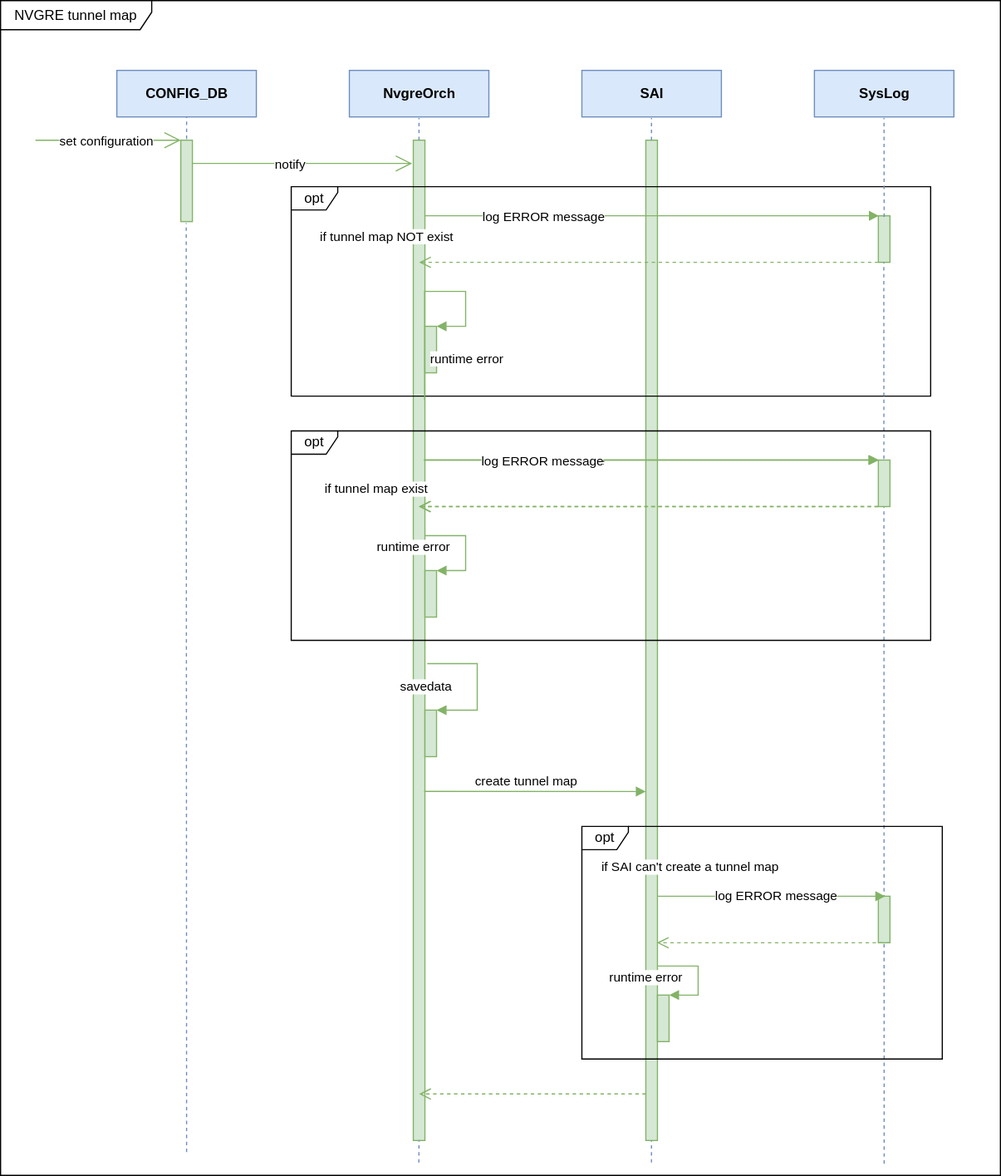
Before: doc/nvgre_tunnel/images/nvgre_tunnel_map_create_uml.svg, a diagram exported from draw.io (sonic-net/SONiC). Source tidied: cells renumbered, new cells last; positions are measured from the earlier drawing's top-left corner, leaving out a move shared by most shapes. Source of this version:
```xml
<mxGraphModel>
  <root>
    <mxCell id="0" />
    <mxCell id="1" parent="0" />
    <mxCell id="2" value="&lt;b&gt;CONFIG_DB&lt;/b&gt;" style="html=1;fillColor=#dae8fc;strokeColor=#6c8ebf;" parent="1" vertex="1">
      <mxGeometry x="100" y="60" width="120" height="40" as="geometry" />
    </mxCell>
    <mxCell id="3" value="&lt;b&gt;NvgreOrch&lt;/b&gt;" style="html=1;fillColor=#dae8fc;strokeColor=#6c8ebf;" parent="1" vertex="1">
      <mxGeometry x="300" y="60" width="120" height="40" as="geometry" />
    </mxCell>
    <mxCell id="4" value="&lt;b&gt;SAI&lt;/b&gt;" style="html=1;fillColor=#dae8fc;strokeColor=#6c8ebf;" parent="1" vertex="1">
      <mxGeometry x="500" y="60" width="120" height="40" as="geometry" />
    </mxCell>
    <mxCell id="5" style="html=1;points=[];perimeter=orthogonalPerimeter;fillColor=#d5e8d4;strokeColor=#82b366;" parent="1" vertex="1">
      <mxGeometry x="155" y="120" width="10" height="70" as="geometry" />
    </mxCell>
    <mxCell id="6" style="endArrow=open;endFill=1;endSize=12;html=1;fillColor=#d5e8d4;strokeColor=#82b366;" parent="1" edge="1">
      <mxGeometry relative="1" as="geometry">
        <mxPoint x="30" y="120" as="sourcePoint" />
        <mxPoint x="155" y="120" as="targetPoint" />
      </mxGeometry>
    </mxCell>
    <mxCell id="7" value="set configuration" style="edgeLabel;html=1;align=center;verticalAlign=middle;" parent="6" vertex="1">
      <mxGeometry x="-0.28" y="3" relative="1" as="geometry">
        <mxPoint x="15" y="3" as="offset" />
      </mxGeometry>
    </mxCell>
    <mxCell id="8" style="html=1;points=[];perimeter=orthogonalPerimeter;fillColor=#d5e8d4;strokeColor=#82b366;" parent="1" vertex="1">
      <mxGeometry x="355" y="120" width="10" height="860" as="geometry" />
    </mxCell>
    <mxCell id="9" style="endArrow=open;endFill=1;endSize=12;html=1;fillColor=#d5e8d4;strokeColor=#82b366;" parent="1" edge="1">
      <mxGeometry relative="1" as="geometry">
        <mxPoint x="165" y="140" as="sourcePoint" />
        <mxPoint x="354" y="140" as="targetPoint" />
      </mxGeometry>
    </mxCell>
    <mxCell id="10" value="notify" style="edgeLabel;html=1;align=center;verticalAlign=middle;" parent="9" vertex="1">
      <mxGeometry x="-0.28" y="3" relative="1" as="geometry">
        <mxPoint x="15" y="3" as="offset" />
      </mxGeometry>
    </mxCell>
    <mxCell id="11" style="html=1;perimeter=orthogonalPerimeter;fillColor=#d5e8d4;strokeColor=#82b366;" parent="1" vertex="1">
      <mxGeometry x="555" y="120" width="10" height="860" as="geometry" />
    </mxCell>
    <mxCell id="12" value="opt" style="shape=umlFrame;whiteSpace=wrap;html=1;width=40;height=20;fillColor=#FFFFFF;" parent="1" vertex="1">
      <mxGeometry x="250" y="160" width="550" height="180" as="geometry" />
    </mxCell>
    <mxCell id="13" value="if tunnel map NOT exist" style="edgeLabel;html=1;align=center;verticalAlign=middle;" parent="1" vertex="1">
      <mxGeometry x="330" y="205" as="geometry">
        <mxPoint x="1" y="-2" as="offset" />
      </mxGeometry>
    </mxCell>
    <mxCell id="14" value="&lt;b&gt;SysLog&lt;/b&gt;" style="html=1;fillColor=#dae8fc;strokeColor=#6c8ebf;" parent="1" vertex="1">
      <mxGeometry x="700" y="60" width="120" height="40" as="geometry" />
    </mxCell>
    <mxCell id="15" style="html=1;perimeter=orthogonalPerimeter;fillColor=#d5e8d4;strokeColor=#82b366;" parent="1" vertex="1">
      <mxGeometry x="755" y="185" width="10" height="40" as="geometry" />
    </mxCell>
    <mxCell id="16" value="log ERROR message" style="edgeStyle=orthogonalEdgeStyle;html=1;align=left;spacingLeft=2;endArrow=block;rounded=0;shadow=0;fillColor=#d5e8d4;strokeColor=#82b366;" parent="1" edge="1">
      <mxGeometry x="-0.77" y="-1" relative="1" as="geometry">
        <mxPoint x="364.5" y="185" as="sourcePoint" />
        <mxPoint x="755.5" y="185" as="targetPoint" />
        <Array as="points">
          <mxPoint x="364.5" y="185" />
        </Array>
      </mxGeometry>
    </mxCell>
    <mxCell id="17" style="html=1;verticalAlign=bottom;endArrow=open;dashed=1;endSize=8;shadow=0;fillColor=#d5e8d4;strokeColor=#82b366;" parent="1" edge="1">
      <mxGeometry relative="1" as="geometry">
        <mxPoint x="755" y="225" as="sourcePoint" />
        <mxPoint x="360" y="225" as="targetPoint" />
      </mxGeometry>
    </mxCell>
    <mxCell id="18" style="endArrow=none;dashed=1;html=1;shadow=0;fillColor=#dae8fc;strokeColor=#6c8ebf;" parent="1" edge="1">
      <mxGeometry relative="1" as="geometry">
        <mxPoint x="160" y="119" as="sourcePoint" />
        <mxPoint x="160" y="100" as="targetPoint" />
      </mxGeometry>
    </mxCell>
    <mxCell id="19" style="endArrow=none;dashed=1;html=1;shadow=0;fillColor=#dae8fc;strokeColor=#6c8ebf;" parent="1" edge="1">
      <mxGeometry relative="1" as="geometry">
        <mxPoint x="359.9" y="120" as="sourcePoint" />
        <mxPoint x="359.9" y="101" as="targetPoint" />
      </mxGeometry>
    </mxCell>
    <mxCell id="20" style="endArrow=none;dashed=1;html=1;shadow=0;fillColor=#dae8fc;strokeColor=#6c8ebf;" parent="1" edge="1">
      <mxGeometry relative="1" as="geometry">
        <mxPoint x="559.9" y="120" as="sourcePoint" />
        <mxPoint x="559.9" y="101" as="targetPoint" />
      </mxGeometry>
    </mxCell>
    <mxCell id="21" style="endArrow=none;dashed=1;html=1;shadow=0;fillColor=#dae8fc;strokeColor=#6c8ebf;" parent="1" edge="1">
      <mxGeometry relative="1" as="geometry">
        <mxPoint x="760" y="186" as="sourcePoint" />
        <mxPoint x="759.9" y="101" as="targetPoint" />
      </mxGeometry>
    </mxCell>
    <mxCell id="22" style="endArrow=none;dashed=1;html=1;shadow=0;fillColor=#dae8fc;strokeColor=#6c8ebf;" parent="1" edge="1">
      <mxGeometry relative="1" as="geometry">
        <mxPoint x="760" y="1000" as="sourcePoint" />
        <mxPoint x="759.7" y="225" as="targetPoint" />
      </mxGeometry>
    </mxCell>
    <mxCell id="23" style="endArrow=none;dashed=1;html=1;shadow=0;fillColor=#dae8fc;strokeColor=#6c8ebf;entryX=0.467;entryY=1.018;entryDx=0;entryDy=0;entryPerimeter=0;" parent="1" edge="1" target="5">
      <mxGeometry relative="1" as="geometry">
        <mxPoint x="160" y="990" as="sourcePoint" />
      </mxGeometry>
    </mxCell>
    <mxCell id="24" style="endArrow=none;dashed=1;html=1;shadow=0;fillColor=#dae8fc;strokeColor=#6c8ebf;" parent="1" edge="1">
      <mxGeometry relative="1" as="geometry">
        <mxPoint x="359.8" y="999" as="sourcePoint" />
        <mxPoint x="359.8" y="980" as="targetPoint" />
        <Array as="points">
          <mxPoint x="359.9" y="980" />
        </Array>
      </mxGeometry>
    </mxCell>
    <mxCell id="25" style="endArrow=none;dashed=1;html=1;shadow=0;fillColor=#dae8fc;strokeColor=#6c8ebf;" parent="1" edge="1">
      <mxGeometry relative="1" as="geometry">
        <mxPoint x="559.9" y="999" as="sourcePoint" />
        <mxPoint x="559.9" y="980" as="targetPoint" />
      </mxGeometry>
    </mxCell>
    <mxCell id="26" value="NVGRE tunnel map" style="shape=umlFrame;whiteSpace=wrap;html=1;fillColor=#FFFFFF;width=130;height=25;" parent="1" vertex="1">
      <mxGeometry width="860" height="1010" as="geometry" />
    </mxCell>
    <mxCell id="27" style="html=1;points=[];perimeter=orthogonalPerimeter;fillColor=#d5e8d4;strokeColor=#82b366;" parent="1" vertex="1">
      <mxGeometry x="365" y="280" width="10" height="40" as="geometry" />
    </mxCell>
    <mxCell id="28" value="runtime error" style="edgeStyle=orthogonalEdgeStyle;html=1;align=left;spacingLeft=2;endArrow=block;rounded=0;entryX=1;entryY=0;exitX=0.981;exitY=0.26;exitDx=0;exitDy=0;exitPerimeter=0;fillColor=#d5e8d4;strokeColor=#82b366;" parent="1" edge="1" source="8" target="27">
      <mxGeometry x="-1" y="-46" relative="1" as="geometry">
        <Array as="points">
          <mxPoint x="400" y="250" />
          <mxPoint x="400" y="280" />
        </Array>
        <mxPoint x="-45" y="-36" as="offset" />
      </mxGeometry>
    </mxCell>
    <mxCell id="29" value="opt" style="shape=umlFrame;whiteSpace=wrap;html=1;width=40;height=20;fillColor=#FFFFFF;" parent="1" vertex="1">
      <mxGeometry x="250" y="370" width="550" height="180" as="geometry" />
    </mxCell>
    <mxCell id="30" style="html=1;perimeter=orthogonalPerimeter;fillColor=#d5e8d4;strokeColor=#82b366;" parent="1" vertex="1">
      <mxGeometry x="755" y="395" width="10" height="40" as="geometry" />
    </mxCell>
    <mxCell id="31" value="log ERROR message" style="edgeStyle=orthogonalEdgeStyle;html=1;align=left;spacingLeft=2;endArrow=block;rounded=0;shadow=0;fillColor=#d5e8d4;strokeColor=#82b366;" parent="1" edge="1">
      <mxGeometry x="-0.77" y="-1" relative="1" as="geometry">
        <mxPoint x="364.5" y="395" as="sourcePoint" />
        <mxPoint x="755.5" y="395" as="targetPoint" />
        <Array as="points">
          <mxPoint x="364.5" y="395" />
        </Array>
      </mxGeometry>
    </mxCell>
    <mxCell id="32" style="html=1;verticalAlign=bottom;endArrow=open;dashed=1;endSize=8;shadow=0;fillColor=#d5e8d4;strokeColor=#82b366;" parent="1" edge="1">
      <mxGeometry relative="1" as="geometry">
        <mxPoint x="755" y="435" as="sourcePoint" />
        <mxPoint x="360" y="435" as="targetPoint" />
      </mxGeometry>
    </mxCell>
    <mxCell id="33" style="html=1;points=[];perimeter=orthogonalPerimeter;fillColor=#d5e8d4;strokeColor=#82b366;" parent="1" vertex="1">
      <mxGeometry x="365" y="490" width="10" height="40" as="geometry" />
    </mxCell>
    <mxCell id="34" value="runtime error" style="edgeStyle=orthogonalEdgeStyle;html=1;align=left;spacingLeft=2;endArrow=block;rounded=0;entryX=1;entryY=0;exitX=0.981;exitY=0.26;exitDx=0;exitDy=0;exitPerimeter=0;fillColor=#d5e8d4;strokeColor=#82b366;" parent="1" edge="1" target="33">
      <mxGeometry x="-1" y="-46" relative="1" as="geometry">
        <mxPoint x="364.8" y="460" as="sourcePoint" />
        <Array as="points">
          <mxPoint x="400" y="460" />
          <mxPoint x="400" y="490" />
        </Array>
        <mxPoint x="-45" y="-36" as="offset" />
      </mxGeometry>
    </mxCell>
    <mxCell id="35" value="if tunnel map exist" style="edgeLabel;html=1;align=center;verticalAlign=middle;" parent="1" vertex="1">
      <mxGeometry x="370" y="205" as="geometry">
        <mxPoint x="-48" y="215" as="offset" />
      </mxGeometry>
    </mxCell>
    <mxCell id="36" style="html=1;points=[];perimeter=orthogonalPerimeter;fillColor=#d5e8d4;strokeColor=#82b366;" parent="1" vertex="1">
      <mxGeometry x="365" y="610" width="10" height="40" as="geometry" />
    </mxCell>
    <mxCell id="37" value="savedata" style="edgeStyle=orthogonalEdgeStyle;html=1;align=left;spacingLeft=2;endArrow=block;rounded=0;entryX=1;entryY=0;fillColor=#d5e8d4;strokeColor=#82b366;" parent="1" edge="1" target="36">
      <mxGeometry x="-1" y="-34" relative="1" as="geometry">
        <mxPoint x="367" y="570" as="sourcePoint" />
        <Array as="points">
          <mxPoint x="367" y="570" />
          <mxPoint x="410" y="570" />
          <mxPoint x="410" y="610" />
        </Array>
        <mxPoint x="-27" y="-14" as="offset" />
      </mxGeometry>
    </mxCell>
    <mxCell id="38" value="create tunnel map" style="html=1;verticalAlign=bottom;endArrow=block;fillColor=#d5e8d4;strokeColor=#82b366;exitX=0.939;exitY=0.651;exitDx=0;exitDy=0;exitPerimeter=0;" parent="1" edge="1" source="8">
      <mxGeometry x="-0.08" relative="1" as="geometry">
        <mxPoint x="555" y="680" as="targetPoint" />
      </mxGeometry>
    </mxCell>
    <mxCell id="39" style="html=1;verticalAlign=bottom;endArrow=open;dashed=1;endSize=8;fillColor=#d5e8d4;strokeColor=#82b366;" parent="1" edge="1">
      <mxGeometry relative="1" as="geometry">
        <mxPoint x="555" y="940" as="sourcePoint" />
        <mxPoint x="360" y="940" as="targetPoint" />
      </mxGeometry>
    </mxCell>
    <mxCell id="40" value="log ERROR message" style="edgeStyle=orthogonalEdgeStyle;html=1;align=left;spacingLeft=2;endArrow=block;rounded=0;shadow=0;fillColor=#d5e8d4;strokeColor=#82b366;" parent="1" edge="1">
      <mxGeometry x="-0.77" y="-1" relative="1" as="geometry">
        <mxPoint x="364" y="395" as="sourcePoint" />
        <mxPoint x="755" y="395" as="targetPoint" />
        <Array as="points">
          <mxPoint x="364" y="395" />
        </Array>
      </mxGeometry>
    </mxCell>
    <mxCell id="41" style="html=1;verticalAlign=bottom;endArrow=open;dashed=1;endSize=8;shadow=0;fillColor=#d5e8d4;strokeColor=#82b366;" parent="1" edge="1">
      <mxGeometry relative="1" as="geometry">
        <mxPoint x="754.5" y="435" as="sourcePoint" />
        <mxPoint x="359.5" y="435" as="targetPoint" />
      </mxGeometry>
    </mxCell>
    <mxCell id="42" value="opt" style="shape=umlFrame;whiteSpace=wrap;html=1;width=40;height=20;fillColor=#FFFFFF;" parent="1" vertex="1">
      <mxGeometry x="500" y="710" width="310" height="200" as="geometry" />
    </mxCell>
    <mxCell id="43" style="html=1;perimeter=orthogonalPerimeter;fillColor=#d5e8d4;strokeColor=#82b366;" parent="1" vertex="1">
      <mxGeometry x="755" y="770" width="10" height="40" as="geometry" />
    </mxCell>
    <mxCell id="44" style="html=1;points=[];perimeter=orthogonalPerimeter;fillColor=#d5e8d4;strokeColor=#82b366;" parent="1" vertex="1">
      <mxGeometry x="565" y="855" width="10" height="40" as="geometry" />
    </mxCell>
    <mxCell id="45" value="runtime error" style="edgeStyle=orthogonalEdgeStyle;html=1;align=left;spacingLeft=2;endArrow=block;rounded=0;entryX=1;entryY=0;fillColor=#d5e8d4;strokeColor=#82b366;" parent="1" edge="1" target="44">
      <mxGeometry x="-1" y="-46" relative="1" as="geometry">
        <mxPoint x="565" y="830" as="sourcePoint" />
        <Array as="points">
          <mxPoint x="565" y="830" />
          <mxPoint x="600" y="830" />
          <mxPoint x="600" y="855" />
        </Array>
        <mxPoint x="-45" y="-36" as="offset" />
      </mxGeometry>
    </mxCell>
    <mxCell id="46" value="log ERROR message" style="edgeStyle=orthogonalEdgeStyle;html=1;align=left;spacingLeft=2;endArrow=block;rounded=0;shadow=0;fillColor=#d5e8d4;strokeColor=#82b366;" parent="1" edge="1">
      <mxGeometry x="-0.53" relative="1" as="geometry">
        <mxPoint x="565" y="770" as="sourcePoint" />
        <mxPoint x="761" y="770" as="targetPoint" />
        <Array as="points">
          <mxPoint x="565" y="770" />
        </Array>
      </mxGeometry>
    </mxCell>
    <mxCell id="47" style="html=1;verticalAlign=bottom;endArrow=open;dashed=1;endSize=8;shadow=0;fillColor=#d5e8d4;strokeColor=#82b366;" parent="1" edge="1">
      <mxGeometry relative="1" as="geometry">
        <mxPoint x="765" y="810" as="sourcePoint" />
        <mxPoint x="564.5" y="810" as="targetPoint" />
      </mxGeometry>
    </mxCell>
    <mxCell id="48" value="if SAI can't create a tunnel map" style="edgeLabel;html=1;align=center;verticalAlign=middle;" parent="1" vertex="1">
      <mxGeometry x="640" y="530" as="geometry">
        <mxPoint x="-48" y="215" as="offset" />
      </mxGeometry>
    </mxCell>
  </root>
</mxGraphModel>
```
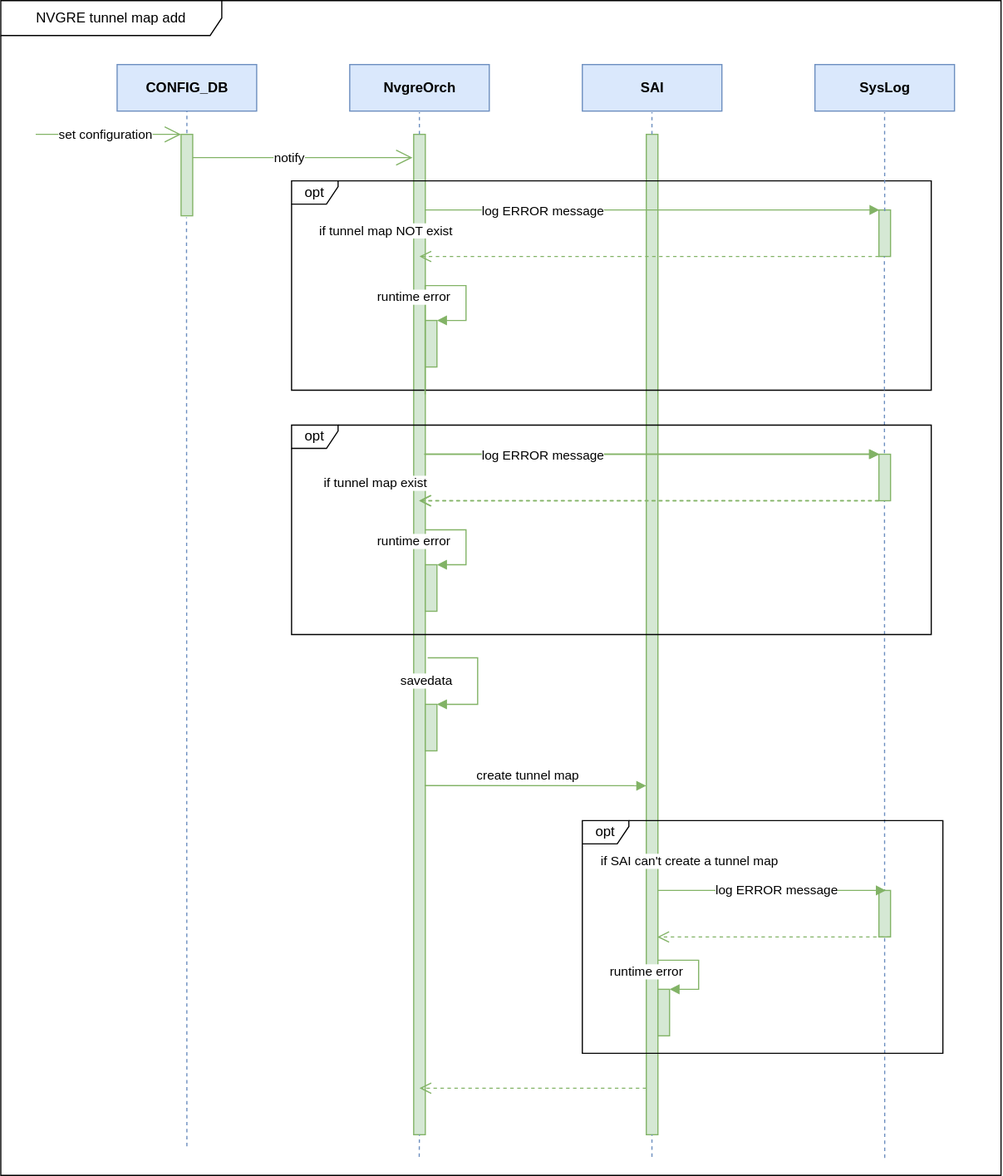
After the commit.

Change to the diagram source:
```diff
@@ -121,19 +121,18 @@
         <mxPoint x="559.9" y="980" as="targetPoint" />
       </mxGeometry>
     </mxCell>
-    <mxCell id="26" value="NVGRE tunnel map" style="shape=umlFrame;whiteSpace=wrap;html=1;fillColor=#FFFFFF;width=130;height=25;" parent="1" vertex="1">
-      <mxGeometry width="860" height="1010" as="geometry" />
+    <mxCell id="26" value="NVGRE tunnel map add" style="shape=umlFrame;whiteSpace=wrap;html=1;fillColor=#FFFFFF;width=190;height=30;" parent="1" vertex="1">
+      <mxGeometry y="5" width="860" height="1010" as="geometry" />
     </mxCell>
     <mxCell id="27" style="html=1;points=[];perimeter=orthogonalPerimeter;fillColor=#d5e8d4;strokeColor=#82b366;" parent="1" vertex="1">
       <mxGeometry x="365" y="280" width="10" height="40" as="geometry" />
     </mxCell>
     <mxCell id="28" value="runtime error" style="edgeStyle=orthogonalEdgeStyle;html=1;align=left;spacingLeft=2;endArrow=block;rounded=0;entryX=1;entryY=0;exitX=0.981;exitY=0.26;exitDx=0;exitDy=0;exitPerimeter=0;fillColor=#d5e8d4;strokeColor=#82b366;" parent="1" edge="1" source="8" target="27">
-      <mxGeometry x="-1" y="-46" relative="1" as="geometry">
+      <mxGeometry x="-0.09" y="45" relative="1" as="geometry">
         <Array as="points">
           <mxPoint x="400" y="250" />
           <mxPoint x="400" y="280" />
         </Array>
-        <mxPoint x="-45" y="-36" as="offset" />
       </mxGeometry>
     </mxCell>
     <mxCell id="29" value="opt" style="shape=umlFrame;whiteSpace=wrap;html=1;width=40;height=20;fillColor=#FFFFFF;" parent="1" vertex="1">
```
